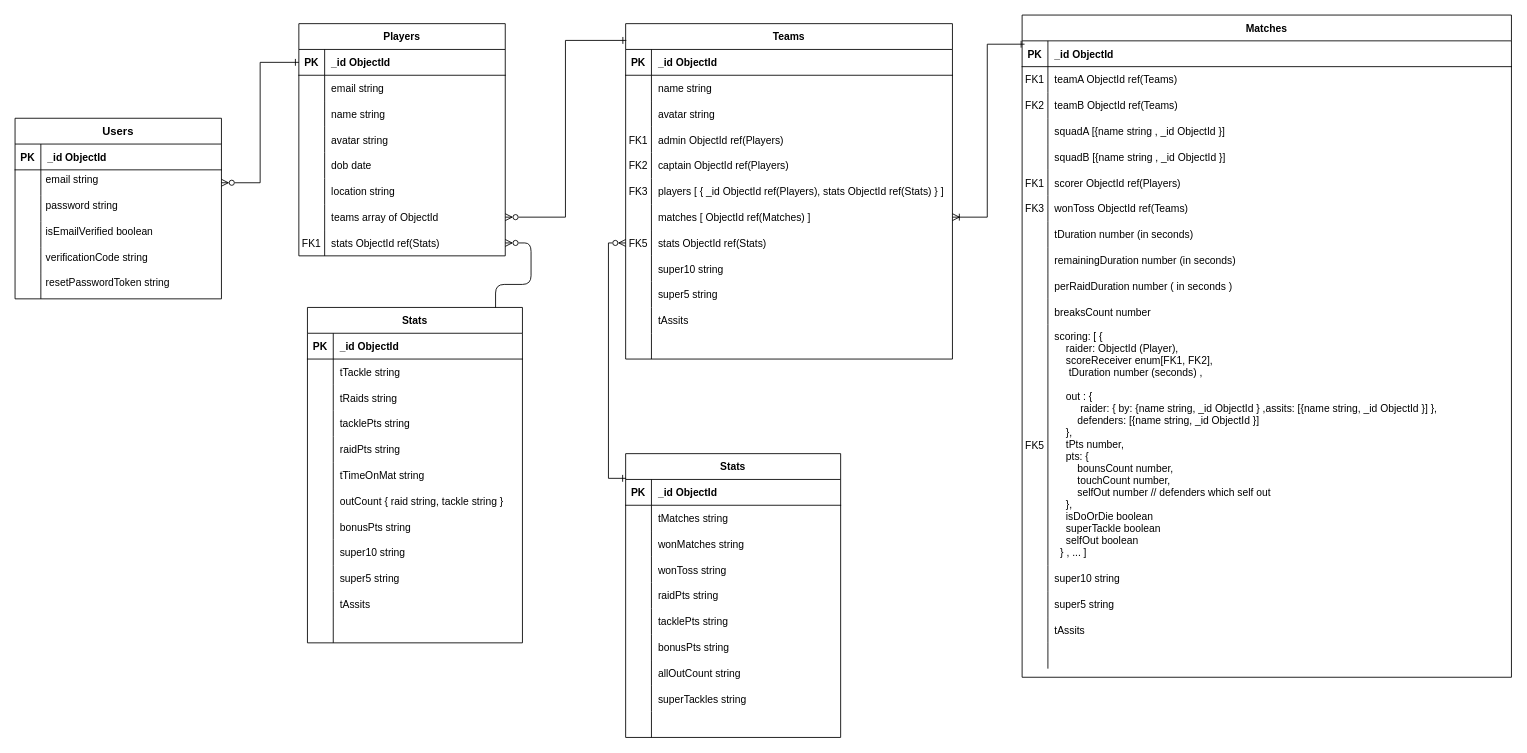
Tima99/projects-diagram keeps this draw.io diagram as scoring-kbd-db-schema.drawio. Above is the earlier version. Source tidied: cells renumbered, new cells numbered last; positions are measured from the earlier drawing's top-left corner, leaving out a move shared by most shapes. Both pictures are drawn from the tidied source at 86%, with x=0, y=0 at pixel (15, 15).
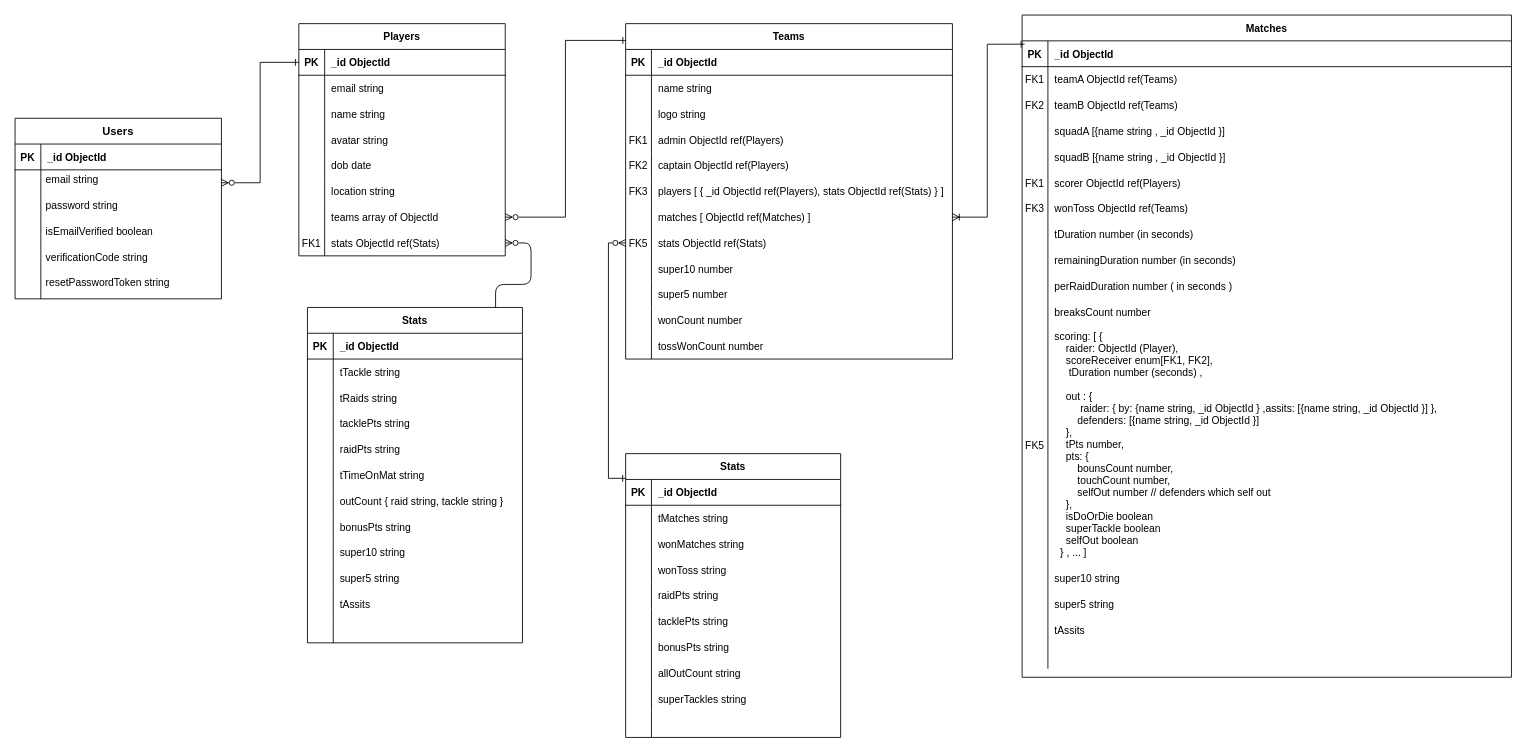
The same diagram, later.

Unchanged cells that the change refers to:
```xml
<mxCell id="92" style="shape=partialRectangle;fillColor=none;top=0;left=0;right=0;bottom=0;" parent="85" vertex="1">
  <mxGeometry y="90" width="380" height="30" as="geometry" />
</mxCell>
<mxCell id="110" style="shape=partialRectangle;fillColor=none;top=0;left=0;right=0;bottom=0;" parent="85" vertex="1">
  <mxGeometry y="270" width="380" height="30" as="geometry" />
</mxCell>
<mxCell id="113" style="shape=partialRectangle;fillColor=none;top=0;left=0;right=0;bottom=0;" parent="85" vertex="1">
  <mxGeometry y="300" width="380" height="30" as="geometry" />
</mxCell>
<mxCell id="116" style="shape=partialRectangle;fillColor=none;top=0;left=0;right=0;bottom=0;" parent="85" vertex="1">
  <mxGeometry y="330" width="380" height="30" as="geometry" />
</mxCell>
<mxCell id="119" style="shape=partialRectangle;fillColor=none;top=0;left=0;right=0;bottom=0;" parent="85" vertex="1">
  <mxGeometry y="360" width="380" height="30" as="geometry" />
</mxCell>
```

The edit, as a diff of the source:
```diff
@@
-    <mxCell id="94" value="avatar string" style="shape=partialRectangle;overflow=hidden;fillColor=none;top=0;left=0;bottom=0;right=0;align=left;spacingLeft=6;" parent="92" vertex="1">
+    <mxCell id="94" value="logo string" style="shape=partialRectangle;overflow=hidden;fillColor=none;top=0;left=0;bottom=0;right=0;align=left;spacingLeft=6;" parent="92" vertex="1">
       <mxGeometry x="30" width="350" height="30" as="geometry" />
     </mxCell>
@@
-    <mxCell id="112" value="super10 string" style="shape=partialRectangle;overflow=hidden;fillColor=none;top=0;left=0;bottom=0;right=0;align=left;spacingLeft=6;" parent="110" vertex="1">
+    <mxCell id="112" value="super10 number" style="shape=partialRectangle;overflow=hidden;fillColor=none;top=0;left=0;bottom=0;right=0;align=left;spacingLeft=6;" parent="110" vertex="1">
       <mxGeometry x="30" width="350" height="30" as="geometry" />
     </mxCell>
@@
-    <mxCell id="115" value="super5 string" style="shape=partialRectangle;overflow=hidden;fillColor=none;top=0;left=0;bottom=0;right=0;align=left;spacingLeft=6;" parent="113" vertex="1">
+    <mxCell id="115" value="super5 number" style="shape=partialRectangle;overflow=hidden;fillColor=none;top=0;left=0;bottom=0;right=0;align=left;spacingLeft=6;" parent="113" vertex="1">
       <mxGeometry x="30" width="350" height="30" as="geometry" />
     </mxCell>
@@
-    <mxCell id="118" value="tAssits" style="shape=partialRectangle;overflow=hidden;fillColor=none;top=0;left=0;bottom=0;right=0;align=left;spacingLeft=6;" parent="116" vertex="1">
+    <mxCell id="118" value="wonCount number" style="shape=partialRectangle;overflow=hidden;fillColor=none;top=0;left=0;bottom=0;right=0;align=left;spacingLeft=6;" parent="116" vertex="1">
       <mxGeometry x="30" width="350" height="30" as="geometry" />
     </mxCell>
@@
-    <mxCell id="121" style="shape=partialRectangle;overflow=hidden;fillColor=none;top=0;left=0;bottom=0;right=0;align=left;spacingLeft=6;" parent="119" vertex="1">
+    <mxCell id="121" value="tossWonCount number" style="shape=partialRectangle;overflow=hidden;fillColor=none;top=0;left=0;bottom=0;right=0;align=left;spacingLeft=6;" parent="119" vertex="1">
       <mxGeometry x="30" width="350" height="30" as="geometry" />
     </mxCell>
```
